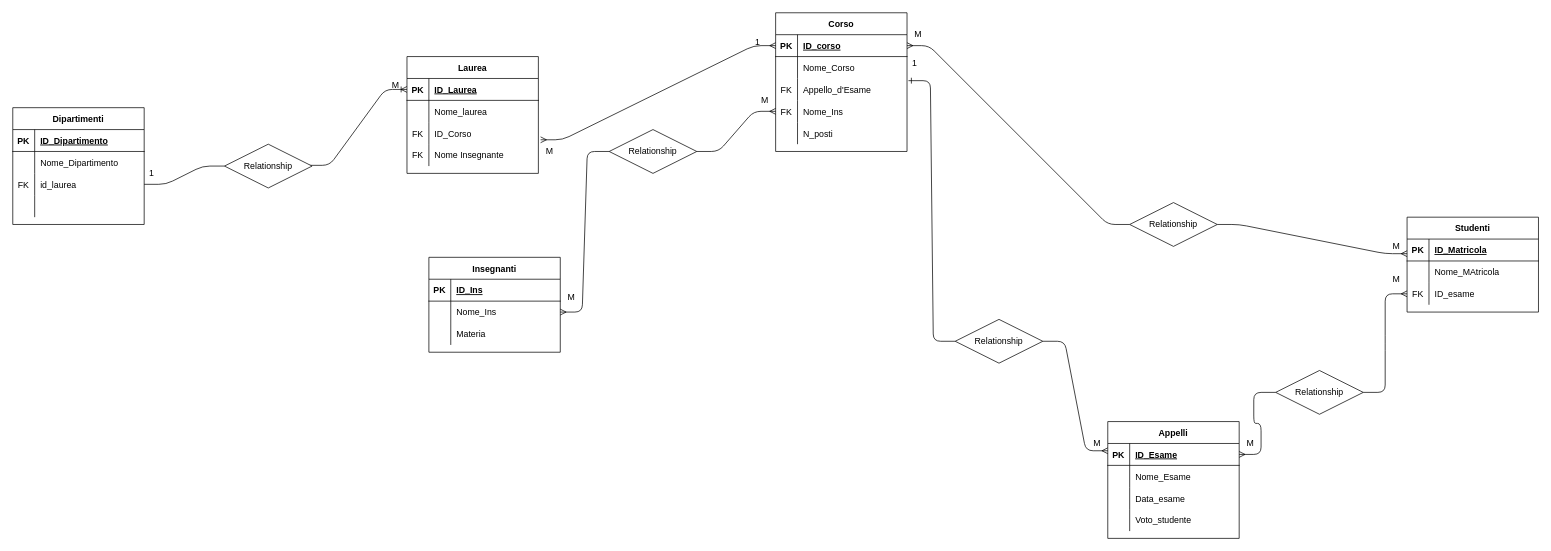
Above: University.drawio in PaoloPascucci/db-university (draw.io), before the change. Source tidied: cells renumbered, new cells numbered last; positions are measured from the earlier drawing's top-left corner, leaving out a move shared by most shapes. Both pictures are drawn from the tidied source at 73%, with x=0, y=0 at pixel (12, 12).
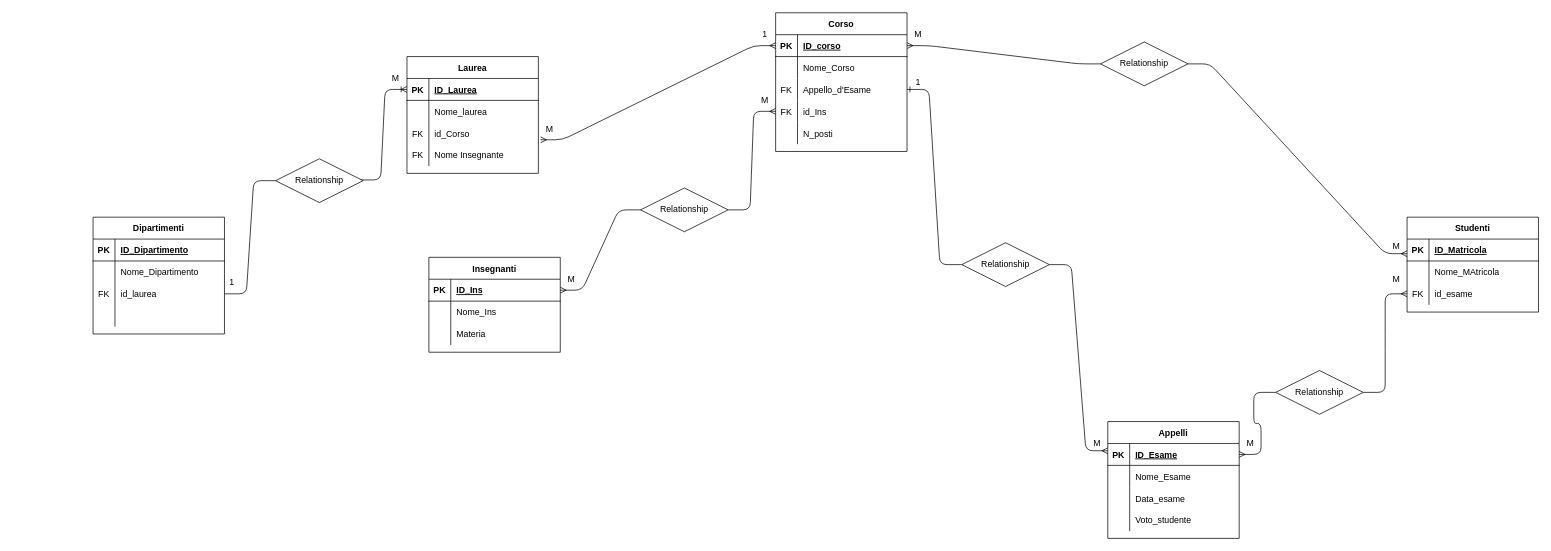
The same page after the edit.

Unchanged cells that the change refers to:
```xml
<mxCell id="9" style="shape=partialRectangle;fillColor=none;top=0;left=0;bottom=0;right=0;points=[[0,0.5],[1,0.5]];portConstraint=eastwest;" parent="2" vertex="1">
  <mxGeometry y="90" width="180" height="30" as="geometry" />
</mxCell>
<mxCell id="32" style="shape=partialRectangle;fillColor=none;top=0;left=0;bottom=1;right=0;points=[[0,0.5],[1,0.5]];portConstraint=eastwest;" parent="31" vertex="1">
  <mxGeometry y="30" width="180" height="30" as="geometry" />
</mxCell>
<mxCell id="35" style="shape=partialRectangle;fillColor=none;top=0;left=0;bottom=0;right=0;points=[[0,0.5],[1,0.5]];portConstraint=eastwest;" parent="31" vertex="1">
  <mxGeometry y="60" width="180" height="30" as="geometry" />
</mxCell>
<mxCell id="51" style="shape=partialRectangle;fillColor=none;top=0;left=0;bottom=0;right=0;points=[[0,0.5],[1,0.5]];portConstraint=eastwest;" parent="44" vertex="1">
  <mxGeometry y="90" width="180" height="30" as="geometry" />
</mxCell>
<mxCell id="54" style="shape=partialRectangle;fillColor=none;top=0;left=0;bottom=0;right=0;points=[[0,0.5],[1,0.5]];portConstraint=eastwest;" parent="44" vertex="1">
  <mxGeometry y="120" width="180" height="30" as="geometry" />
</mxCell>
<mxCell id="67" style="shape=partialRectangle;fillColor=none;top=0;left=0;bottom=0;right=0;points=[[0,0.5],[1,0.5]];portConstraint=eastwest;" parent="60" vertex="1">
  <mxGeometry y="90" width="180" height="30" as="geometry" />
</mxCell>
```

The edit, as a diff of the source:
```diff
@@
-    <mxCell id="11" value="ID_Corso" style="shape=partialRectangle;fillColor=none;top=0;left=0;bottom=0;right=0;align=left;spacingLeft=6;overflow=hidden;" parent="9" vertex="1">
+    <mxCell id="11" value="id_Corso" style="shape=partialRectangle;fillColor=none;top=0;left=0;bottom=0;right=0;align=left;spacingLeft=6;overflow=hidden;" parent="9" vertex="1">
       <mxGeometry x="30" width="150" height="30" as="geometry" />
     </mxCell>
@@
     <mxCell id="15" value="Dipartimenti" style="shape=table;startSize=30;childLayout=tableLayout;rowLines=0;fontStyle=1;align=center;" parent="1" vertex="1">
-      <mxGeometry y="130" width="180" height="160" as="geometry" />
+      <mxGeometry x="110" y="280" width="180" height="160" as="geometry" />
     </mxCell>
@@
     <mxCell id="29" value="Relationship" style="shape=rhombus;perimeter=rhombusPerimeter;whiteSpace=wrap;html=1;align=center;" parent="1" vertex="1">
-      <mxGeometry x="290" y="180" width="120" height="60" as="geometry" />
+      <mxGeometry x="360" y="200" width="120" height="60" as="geometry" />
     </mxCell>
@@
-    <mxCell id="41" style="edgeStyle=entityRelationEdgeStyle;fontSize=12;html=1;endArrow=ERmany;startArrow=none;entryX=1;entryY=0.5;entryDx=0;entryDy=0;exitX=0;exitY=0.5;exitDx=0;exitDy=0;" parent="1" edge="1" source="42" target="35">
+    <mxCell id="41" style="edgeStyle=entityRelationEdgeStyle;fontSize=12;html=1;endArrow=ERmany;startArrow=none;entryX=1;entryY=0.5;entryDx=0;entryDy=0;exitX=0;exitY=0.5;exitDx=0;exitDy=0;" parent="1" edge="1" source="42" target="32">
       <mxGeometry relative="1" as="geometry" />
     </mxCell>
     <mxCell id="42" value="Relationship" style="shape=rhombus;perimeter=rhombusPerimeter;whiteSpace=wrap;html=1;align=center;" parent="1" vertex="1">
-      <mxGeometry x="817" y="160" width="120" height="60" as="geometry" />
+      <mxGeometry x="860" y="240" width="120" height="60" as="geometry" />
     </mxCell>
@@
-    <mxCell id="56" value="Nome_Ins" style="shape=partialRectangle;fillColor=none;top=0;left=0;bottom=0;right=0;align=left;spacingLeft=6;overflow=hidden;" parent="54" vertex="1">
+    <mxCell id="56" value="id_Ins" style="shape=partialRectangle;fillColor=none;top=0;left=0;bottom=0;right=0;align=left;spacingLeft=6;overflow=hidden;" parent="54" vertex="1">
       <mxGeometry x="30" width="150" height="30" as="geometry" />
     </mxCell>
@@
-    <mxCell id="69" value="ID_esame" style="shape=partialRectangle;fillColor=none;top=0;left=0;bottom=0;right=0;align=left;spacingLeft=6;overflow=hidden;" parent="67" vertex="1">
+    <mxCell id="69" value="id_esame" style="shape=partialRectangle;fillColor=none;top=0;left=0;bottom=0;right=0;align=left;spacingLeft=6;overflow=hidden;" parent="67" vertex="1">
       <mxGeometry x="30" width="150" height="30" as="geometry" />
     </mxCell>
@@
     <mxCell id="71" value="Relationship" style="shape=rhombus;perimeter=rhombusPerimeter;whiteSpace=wrap;html=1;align=center;" parent="1" vertex="1">
-      <mxGeometry x="1530" y="260" width="120" height="60" as="geometry" />
+      <mxGeometry x="1490" y="40" width="120" height="60" as="geometry" />
     </mxCell>
@@
     <mxCell id="87" value="Relationship" style="shape=rhombus;perimeter=rhombusPerimeter;whiteSpace=wrap;html=1;align=center;" parent="1" vertex="1">
-      <mxGeometry x="1291" y="420" width="120" height="60" as="geometry" />
+      <mxGeometry x="1300" y="315" width="120" height="60" as="geometry" />
     </mxCell>
@@
-    <mxCell id="91" style="edgeStyle=entityRelationEdgeStyle;fontSize=12;html=1;endArrow=ERone;endFill=1;entryX=1.011;entryY=0.1;entryDx=0;entryDy=0;entryPerimeter=0;exitX=0;exitY=0.5;exitDx=0;exitDy=0;" parent="1" edge="1" source="87" target="51">
+    <mxCell id="91" style="edgeStyle=entityRelationEdgeStyle;fontSize=12;html=1;endArrow=ERone;endFill=1;exitX=0;exitY=0.5;exitDx=0;exitDy=0;entryX=1;entryY=0.5;entryDx=0;entryDy=0;" parent="1" edge="1" source="87" target="51">
       <mxGeometry relative="1" as="geometry" />
     </mxCell>
     <mxCell id="92" value="1" style="text;html=1;align=center;verticalAlign=middle;strokeColor=none;" parent="1" vertex="1">
-      <mxGeometry x="1010" y="30" width="20" height="20" as="geometry" />
+      <mxGeometry x="1020" y="20" width="20" height="20" as="geometry" />
     </mxCell>
     <mxCell id="93" value="1" style="text;html=1;align=center;verticalAlign=middle;strokeColor=none;" parent="1" vertex="1">
-      <mxGeometry x="1225" y="60" width="20" height="20" as="geometry" />
+      <mxGeometry x="1230" y="85" width="20" height="20" as="geometry" />
     </mxCell>
@@
     <mxCell id="95" value="M" style="text;html=1;align=center;verticalAlign=middle;strokeColor=none;" parent="1" vertex="1">
-      <mxGeometry x="750" y="380" width="30" height="20" as="geometry" />
+      <mxGeometry x="750" y="355" width="30" height="20" as="geometry" />
     </mxCell>
     <mxCell id="96" value="M" style="text;html=1;align=center;verticalAlign=middle;strokeColor=none;" parent="1" vertex="1">
-      <mxGeometry x="509" y="90" width="30" height="20" as="geometry" />
+      <mxGeometry x="509" y="80" width="30" height="20" as="geometry" />
     </mxCell>
     <mxCell id="97" value="M" style="text;html=1;align=center;verticalAlign=middle;strokeColor=none;" parent="1" vertex="1">
-      <mxGeometry x="720" y="180" width="30" height="20" as="geometry" />
+      <mxGeometry x="720" y="150" width="30" height="20" as="geometry" />
     </mxCell>
@@
     <mxCell id="104" value="1" style="text;html=1;align=center;verticalAlign=middle;strokeColor=none;" parent="1" vertex="1">
-      <mxGeometry x="180" y="210" width="20" height="20" as="geometry" />
+      <mxGeometry x="290" y="360" width="20" height="20" as="geometry" />
     </mxCell>
```
